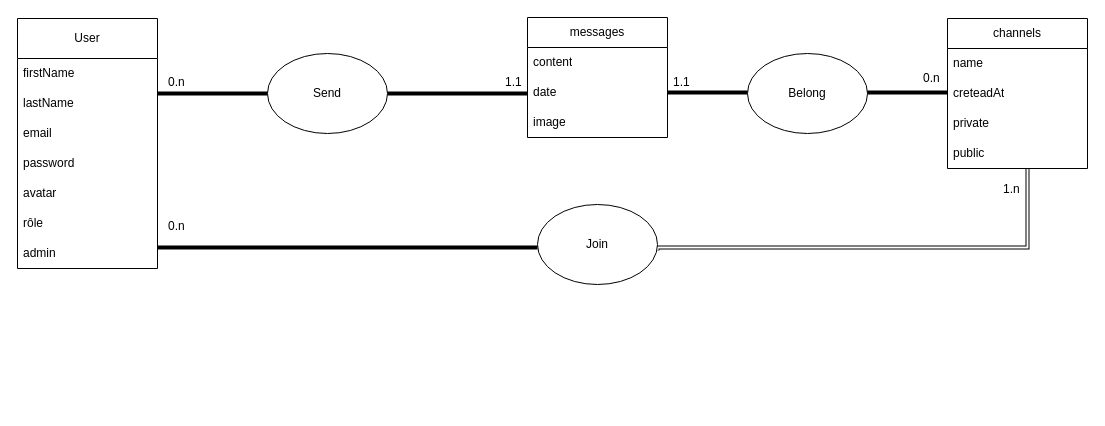
Before: page "MCD" (1 of 2) of mcd.drawio in tchessi-pre/app-mobile-chat, a draw.io diagram. Source tidied: cells renumbered, new cells numbered last; positions are measured from the earlier drawing's top-left corner, leaving out a move shared by most shapes. Both pictures are drawn from the tidied source at 100%, with x=0, y=0 at pixel (17, 17).
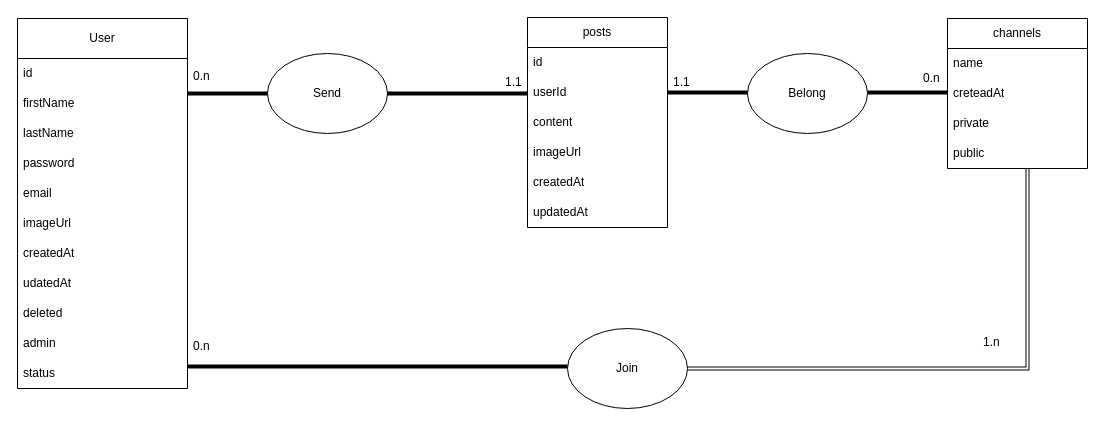
The same page after the edit.

The change refers to these unchanged cells:
```xml
<mxCell id="19" value="public" style="text;strokeColor=none;fillColor=none;align=left;verticalAlign=middle;spacingLeft=4;spacingRight=4;overflow=hidden;points=[[0,0.5],[1,0.5]];portConstraint=eastwest;whiteSpace=wrap;html=1;" parent="15" vertex="1">
  <mxGeometry y="120" width="140" height="30" as="geometry" />
</mxCell>
```

Change to the diagram source:
```diff
@@
-    <mxCell id="2" style="shape=filledEdge;curved=0;rounded=0;fixDash=1;endArrow=none;strokeWidth=4;fillColor=#ffffff;edgeStyle=orthogonalEdgeStyle;html=1;" parent="1" edge="1" target="19">
+    <mxCell id="2" style="shape=filledEdge;curved=0;rounded=0;fixDash=1;endArrow=none;strokeWidth=4;fillColor=#ffffff;edgeStyle=orthogonalEdgeStyle;html=1;" parent="1" edge="1" source="29" target="19">
       <mxGeometry relative="1" as="geometry">
-        <mxPoint x="640" y="233" as="sourcePoint" />
         <Array as="points">
-          <mxPoint x="640" y="230" />
-          <mxPoint x="1010" y="230" />
+          <mxPoint x="1010" y="351" />
         </Array>
       </mxGeometry>
     </mxCell>
     <mxCell id="3" value="User" style="swimlane;fontStyle=0;horizontal=1;startSize=40;whiteSpace=wrap;html=1;swimlaneFillColor=none;" parent="1" vertex="1">
-      <mxGeometry y="1" width="140" height="250" as="geometry" />
+      <mxGeometry y="1" width="170" height="370" as="geometry" />
     </mxCell>
-    <mxCell id="4" value="firstName" style="text;strokeColor=none;fillColor=none;align=left;verticalAlign=middle;spacingLeft=4;spacingRight=4;overflow=hidden;whiteSpace=wrap;html=1;" parent="3" vertex="1">
-      <mxGeometry y="40" width="140" height="30" as="geometry" />
+    <mxCell id="4" value="id" style="text;strokeColor=none;fillColor=none;align=left;verticalAlign=middle;spacingLeft=4;spacingRight=4;overflow=hidden;whiteSpace=wrap;html=1;" parent="3" vertex="1">
+      <mxGeometry y="40" width="170" height="30" as="geometry" />
     </mxCell>
+    <mxCell id="33" value="firstName" style="text;strokeColor=none;fillColor=none;align=left;verticalAlign=middle;spacingLeft=4;spacingRight=4;overflow=hidden;whiteSpace=wrap;html=1;" parent="3" vertex="1">
+      <mxGeometry y="70" width="170" height="30" as="geometry" />
+    </mxCell>
     <mxCell id="5" value="lastName" style="text;strokeColor=none;fillColor=none;align=left;verticalAlign=middle;spacingLeft=4;spacingRight=4;overflow=hidden;whiteSpace=wrap;html=1;" parent="3" vertex="1">
-      <mxGeometry y="70" width="140" height="30" as="geometry" />
+      <mxGeometry y="100" width="170" height="30" as="geometry" />
     </mxCell>
+    <mxCell id="7" value="password" style="text;strokeColor=none;fillColor=none;align=left;verticalAlign=middle;spacingLeft=4;spacingRight=4;overflow=hidden;whiteSpace=wrap;html=1;" parent="3" vertex="1">
+      <mxGeometry y="130" width="170" height="30" as="geometry" />
+    </mxCell>
     <mxCell id="6" value="email" style="text;strokeColor=none;fillColor=none;align=left;verticalAlign=middle;spacingLeft=4;spacingRight=4;overflow=hidden;whiteSpace=wrap;html=1;" parent="3" vertex="1">
-      <mxGeometry y="100" width="140" height="30" as="geometry" />
+      <mxGeometry y="160" width="170" height="30" as="geometry" />
     </mxCell>
-    <mxCell id="7" value="password" style="text;strokeColor=none;fillColor=none;align=left;verticalAlign=middle;spacingLeft=4;spacingRight=4;overflow=hidden;whiteSpace=wrap;html=1;" parent="3" vertex="1">
-      <mxGeometry y="130" width="140" height="30" as="geometry" />
-    </mxCell>
-    <mxCell id="8" value="avatar" style="text;strokeColor=none;fillColor=none;align=left;verticalAlign=middle;spacingLeft=4;spacingRight=4;overflow=hidden;whiteSpace=wrap;html=1;" parent="3" vertex="1">
-      <mxGeometry y="160" width="140" height="30" as="geometry" />
+    <mxCell id="8" value="imageUrl" style="text;strokeColor=none;fillColor=none;align=left;verticalAlign=middle;spacingLeft=4;spacingRight=4;overflow=hidden;whiteSpace=wrap;html=1;" parent="3" vertex="1">
+      <mxGeometry y="190" width="170" height="30" as="geometry" />
     </mxCell>
-    <mxCell id="9" value="rôle" style="text;strokeColor=none;fillColor=none;align=left;verticalAlign=middle;spacingLeft=4;spacingRight=4;overflow=hidden;whiteSpace=wrap;html=1;" parent="3" vertex="1">
-      <mxGeometry y="190" width="140" height="30" as="geometry" />
-    </mxCell>
+    <mxCell id="34" value="createdAt" style="text;strokeColor=none;fillColor=none;align=left;verticalAlign=middle;spacingLeft=4;spacingRight=4;overflow=hidden;whiteSpace=wrap;html=1;" parent="3" vertex="1">
+      <mxGeometry y="220" width="170" height="30" as="geometry" />
+    </mxCell>
+    <mxCell id="35" value="udatedAt" style="text;strokeColor=none;fillColor=none;align=left;verticalAlign=middle;spacingLeft=4;spacingRight=4;overflow=hidden;whiteSpace=wrap;html=1;" parent="3" vertex="1">
+      <mxGeometry y="250" width="170" height="30" as="geometry" />
+    </mxCell>
+    <mxCell id="36" value="deleted" style="text;strokeColor=none;fillColor=none;align=left;verticalAlign=middle;spacingLeft=4;spacingRight=4;overflow=hidden;whiteSpace=wrap;html=1;" parent="3" vertex="1">
+      <mxGeometry y="280" width="170" height="30" as="geometry" />
+    </mxCell>
     <mxCell id="10" value="admin" style="text;strokeColor=none;fillColor=none;align=left;verticalAlign=middle;spacingLeft=4;spacingRight=4;overflow=hidden;whiteSpace=wrap;html=1;" parent="3" vertex="1">
-      <mxGeometry y="220" width="140" height="30" as="geometry" />
+      <mxGeometry y="310" width="170" height="30" as="geometry" />
     </mxCell>
+    <mxCell id="37" value="status" style="text;strokeColor=none;fillColor=none;align=left;verticalAlign=middle;spacingLeft=4;spacingRight=4;overflow=hidden;whiteSpace=wrap;html=1;" parent="3" vertex="1">
+      <mxGeometry y="340" width="170" height="30" as="geometry" />
+    </mxCell>
-    <mxCell id="11" value="messages" style="swimlane;fontStyle=0;horizontal=1;startSize=30;whiteSpace=wrap;html=1;" parent="1" vertex="1">
-      <mxGeometry x="510" width="140" height="120" as="geometry" />
+    <mxCell id="11" value="posts" style="swimlane;fontStyle=0;horizontal=1;startSize=30;whiteSpace=wrap;html=1;" parent="1" vertex="1">
+      <mxGeometry x="510" width="140" height="210" as="geometry" />
     </mxCell>
+    <mxCell id="38" value="id" style="text;strokeColor=none;fillColor=none;align=left;verticalAlign=middle;spacingLeft=4;spacingRight=4;overflow=hidden;whiteSpace=wrap;html=1;" parent="11" vertex="1">
+      <mxGeometry y="30" width="140" height="30" as="geometry" />
+    </mxCell>
+    <mxCell id="39" value="userId" style="text;strokeColor=none;fillColor=none;align=left;verticalAlign=middle;spacingLeft=4;spacingRight=4;overflow=hidden;whiteSpace=wrap;html=1;" parent="11" vertex="1">
+      <mxGeometry y="60" width="140" height="30" as="geometry" />
+    </mxCell>
     <mxCell id="12" value="content" style="text;strokeColor=none;fillColor=none;align=left;verticalAlign=middle;spacingLeft=4;spacingRight=4;overflow=hidden;whiteSpace=wrap;html=1;" parent="11" vertex="1">
-      <mxGeometry y="30" width="140" height="30" as="geometry" />
+      <mxGeometry y="90" width="140" height="30" as="geometry" />
     </mxCell>
+    <mxCell id="14" value="imageUrl" style="text;strokeColor=none;fillColor=none;align=left;verticalAlign=middle;spacingLeft=4;spacingRight=4;overflow=hidden;whiteSpace=wrap;html=1;" parent="11" vertex="1">
+      <mxGeometry y="120" width="140" height="30" as="geometry" />
+    </mxCell>
-    <mxCell id="13" value="date" style="text;strokeColor=none;fillColor=none;align=left;verticalAlign=middle;spacingLeft=4;spacingRight=4;overflow=hidden;whiteSpace=wrap;html=1;" parent="11" vertex="1">
-      <mxGeometry y="60" width="140" height="30" as="geometry" />
+    <mxCell id="13" value="createdAt" style="text;strokeColor=none;fillColor=none;align=left;verticalAlign=middle;spacingLeft=4;spacingRight=4;overflow=hidden;whiteSpace=wrap;html=1;" parent="11" vertex="1">
+      <mxGeometry y="150" width="140" height="30" as="geometry" />
     </mxCell>
-    <mxCell id="14" value="image" style="text;strokeColor=none;fillColor=none;align=left;verticalAlign=middle;spacingLeft=4;spacingRight=4;overflow=hidden;whiteSpace=wrap;html=1;" parent="11" vertex="1">
-      <mxGeometry y="90" width="140" height="30" as="geometry" />
-    </mxCell>
+    <mxCell id="40" value="updatedAt" style="text;strokeColor=none;fillColor=none;align=left;verticalAlign=middle;spacingLeft=4;spacingRight=4;overflow=hidden;whiteSpace=wrap;html=1;" parent="11" vertex="1">
+      <mxGeometry y="180" width="140" height="30" as="geometry" />
+    </mxCell>
@@
     <mxCell id="21" value="0.n" style="text;strokeColor=none;fillColor=none;align=left;verticalAlign=top;spacingLeft=4;spacingRight=4;overflow=hidden;whiteSpace=wrap;html=1;" parent="1" vertex="1">
-      <mxGeometry x="145" y="51" width="30" height="26" as="geometry" />
+      <mxGeometry x="170" y="45" width="30" height="26" as="geometry" />
     </mxCell>
@@
     <mxCell id="23" style="line;strokeWidth=4;html=1;perimeter=backbonePerimeter;strokeColor=default;fillColor=default;" parent="1" vertex="1">
-      <mxGeometry x="140" y="71" width="110" height="10" as="geometry" />
+      <mxGeometry x="170" y="71" width="80" height="10" as="geometry" />
     </mxCell>
@@
     <mxCell id="29" value="Join" style="ellipse;whiteSpace=wrap;html=1;strokeColor=default;fillColor=default;" parent="1" vertex="1">
-      <mxGeometry x="520" y="187" width="120" height="80" as="geometry" />
+      <mxGeometry x="550" y="311" width="120" height="80" as="geometry" />
     </mxCell>
     <mxCell id="30" value="0.n" style="text;strokeColor=none;fillColor=none;align=left;verticalAlign=top;spacingLeft=4;spacingRight=4;overflow=hidden;whiteSpace=wrap;html=1;" parent="1" vertex="1">
-      <mxGeometry x="145" y="195" width="30" height="26" as="geometry" />
+      <mxGeometry x="170" y="315" width="30" height="26" as="geometry" />
     </mxCell>
     <mxCell id="31" style="line;strokeWidth=4;html=1;perimeter=backbonePerimeter;strokeColor=default;fillColor=default;" parent="1" vertex="1">
-      <mxGeometry x="140" y="222" width="380" height="16" as="geometry" />
+      <mxGeometry x="170" y="341" width="380" height="16" as="geometry" />
     </mxCell>
     <mxCell id="32" value="1.n" style="text;strokeColor=none;fillColor=none;align=left;verticalAlign=top;spacingLeft=4;spacingRight=4;overflow=hidden;whiteSpace=wrap;html=1;" parent="1" vertex="1">
-      <mxGeometry x="980" y="158" width="30" height="26" as="geometry" />
+      <mxGeometry x="960" y="311" width="30" height="26" as="geometry" />
     </mxCell>
```
